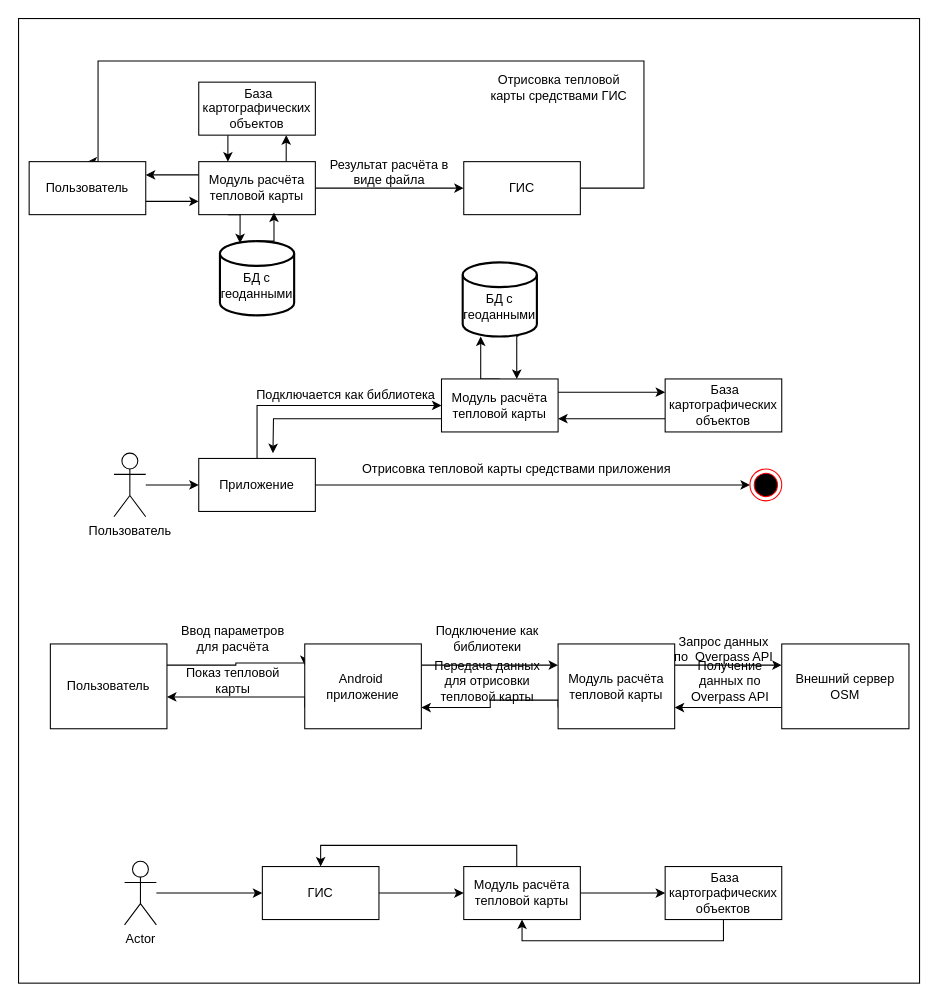
This is Диаграмма артитектуры модуля.drawio from KirMaid/OsmApiClient, a draw.io file, before an edit. Source tidied: cells renumbered, new cells numbered last; positions are measured from the earlier drawing's top-left corner, leaving out a move shared by most shapes. Both pictures are drawn from the tidied source at 106%, with x=0, y=0 at pixel (18, 18).
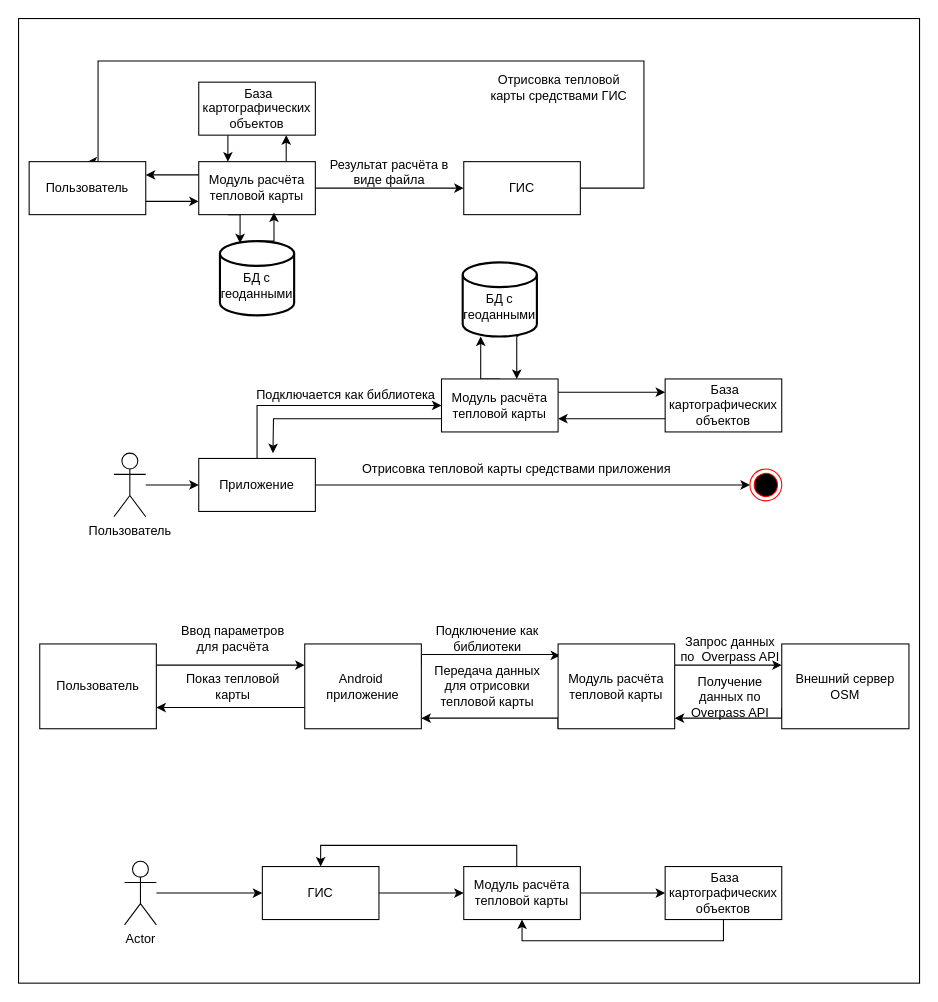
The same page after the edit.

Unchanged cells that the change refers to:
```xml
<mxCell id="47" value="Android&amp;nbsp; приложение" style="html=1;whiteSpace=wrap;" parent="1" vertex="1">
  <mxGeometry x="270" y="590" width="110" height="80" as="geometry" />
</mxCell>
<mxCell id="52" value="Модуль расчёта тепловой карты" style="html=1;whiteSpace=wrap;" parent="1" vertex="1">
  <mxGeometry x="509" y="590" width="110" height="80" as="geometry" />
</mxCell>
<mxCell id="56" value="Внешний сервер OSM" style="rounded=0;whiteSpace=wrap;html=1;" parent="1" vertex="1">
  <mxGeometry x="720" y="590" width="120" height="80" as="geometry" />
</mxCell>
```

Change to the diagram source:
```diff
@@
     <mxCell id="43" style="edgeStyle=orthogonalEdgeStyle;rounded=0;jettySize=auto;html=1;exitX=1;exitY=0.25;exitDx=0;exitDy=0;entryX=0;entryY=0.25;entryDx=0;entryDy=0;" parent="1" edge="1" source="44" target="47">
-      <mxGeometry relative="1" as="geometry">
-        <Array as="points">
-          <mxPoint x="205" y="610" />
-          <mxPoint x="205" y="608" />
-        </Array>
-      </mxGeometry>
+      <mxGeometry relative="1" as="geometry" />
     </mxCell>
     <mxCell id="44" value="Пользователь" style="html=1;whiteSpace=wrap;" parent="1" vertex="1">
-      <mxGeometry x="30" y="590" width="110" height="80" as="geometry" />
+      <mxGeometry x="20" y="590" width="110" height="80" as="geometry" />
     </mxCell>
-    <mxCell id="45" style="edgeStyle=orthogonalEdgeStyle;rounded=0;jettySize=auto;html=1;exitX=0;exitY=0.75;exitDx=0;exitDy=0;" parent="1" edge="1" source="47">
-      <mxGeometry relative="1" as="geometry">
-        <mxPoint x="140" y="640" as="targetPoint" />
-        <Array as="points">
-          <mxPoint x="270" y="640" />
-        </Array>
-      </mxGeometry>
+    <mxCell id="45" style="edgeStyle=orthogonalEdgeStyle;rounded=0;jettySize=auto;html=1;exitX=0;exitY=0.75;exitDx=0;exitDy=0;entryX=1;entryY=0.75;entryDx=0;entryDy=0;" parent="1" edge="1" source="47" target="44">
+      <mxGeometry relative="1" as="geometry" />
     </mxCell>
-    <mxCell id="46" style="edgeStyle=orthogonalEdgeStyle;rounded=0;jettySize=auto;html=1;exitX=1;exitY=0.25;exitDx=0;exitDy=0;entryX=0;entryY=0.25;entryDx=0;entryDy=0;" parent="1" edge="1" source="47" target="52">
-      <mxGeometry relative="1" as="geometry" />
+    <mxCell id="46" style="edgeStyle=orthogonalEdgeStyle;rounded=0;jettySize=auto;html=1;exitX=1;exitY=0.25;exitDx=0;exitDy=0;entryX=0.018;entryY=0.138;entryDx=0;entryDy=0;entryPerimeter=0;" parent="1" edge="1" source="47" target="52">
+      <mxGeometry relative="1" as="geometry">
+        <Array as="points">
+          <mxPoint x="380" y="600" />
+          <mxPoint x="509" y="600" />
+          <mxPoint x="509" y="601" />
+        </Array>
+      </mxGeometry>
     </mxCell>
@@
     <mxCell id="49" value="Показ тепловой карты" style="text;html=1;strokeColor=none;fillColor=none;align=center;verticalAlign=middle;whiteSpace=wrap;rounded=0;" parent="1" vertex="1">
-      <mxGeometry x="150" y="610" width="105" height="30" as="geometry" />
+      <mxGeometry x="150" y="615" width="105" height="30" as="geometry" />
     </mxCell>
-    <mxCell id="50" style="edgeStyle=orthogonalEdgeStyle;rounded=0;jettySize=auto;html=1;exitX=0;exitY=0.75;exitDx=0;exitDy=0;entryX=1;entryY=0.75;entryDx=0;entryDy=0;" parent="1" edge="1" source="52" target="47">
-      <mxGeometry relative="1" as="geometry">
-        <Array as="points">
-          <mxPoint x="509" y="643" />
-          <mxPoint x="445" y="643" />
-        </Array>
-      </mxGeometry>
-    </mxCell>
@@
+    <mxCell id="59" style="edgeStyle=orthogonalEdgeStyle;rounded=0;jettySize=auto;html=1;exitX=0;exitY=1;exitDx=0;exitDy=0;" parent="1" edge="1" source="52">
+      <mxGeometry relative="1" as="geometry">
+        <mxPoint x="380" y="660" as="targetPoint" />
+        <Array as="points">
+          <mxPoint x="509" y="660" />
+          <mxPoint x="380" y="660" />
+        </Array>
+      </mxGeometry>
+    </mxCell>
@@
     <mxCell id="54" value="Передача данных для отрисовки тепловой карты" style="text;html=1;strokeColor=none;fillColor=none;align=center;verticalAlign=middle;whiteSpace=wrap;rounded=0;" parent="1" vertex="1">
-      <mxGeometry x="390" y="610" width="105" height="30" as="geometry" />
+      <mxGeometry x="390" y="615" width="105" height="30" as="geometry" />
     </mxCell>
-    <mxCell id="55" style="edgeStyle=orthogonalEdgeStyle;rounded=0;jettySize=auto;html=1;exitX=0;exitY=0.75;exitDx=0;exitDy=0;entryX=1;entryY=0.75;entryDx=0;entryDy=0;" parent="1" edge="1" source="56" target="52">
-      <mxGeometry relative="1" as="geometry" />
+    <mxCell id="55" style="edgeStyle=orthogonalEdgeStyle;rounded=0;jettySize=auto;html=1;exitX=0;exitY=0.75;exitDx=0;exitDy=0;" parent="1" edge="1" source="56">
+      <mxGeometry relative="1" as="geometry">
+        <mxPoint x="619" y="660" as="targetPoint" />
+        <Array as="points">
+          <mxPoint x="720" y="660" />
+          <mxPoint x="619" y="660" />
+        </Array>
+      </mxGeometry>
     </mxCell>
@@
     <mxCell id="57" value="Запрос данных по&amp;nbsp; Overpass API" style="text;html=1;strokeColor=none;fillColor=none;align=center;verticalAlign=middle;whiteSpace=wrap;rounded=0;" parent="1" vertex="1">
-      <mxGeometry x="612.5" y="580" width="105" height="30" as="geometry" />
+      <mxGeometry x="619" y="580" width="105" height="30" as="geometry" />
     </mxCell>
     <mxCell id="58" value="Получение данных по Overpass API" style="text;html=1;strokeColor=none;fillColor=none;align=center;verticalAlign=middle;whiteSpace=wrap;rounded=0;" parent="1" vertex="1">
-      <mxGeometry x="619" y="610" width="105" height="30" as="geometry" />
+      <mxGeometry x="619" y="625" width="105" height="30" as="geometry" />
     </mxCell>
```
